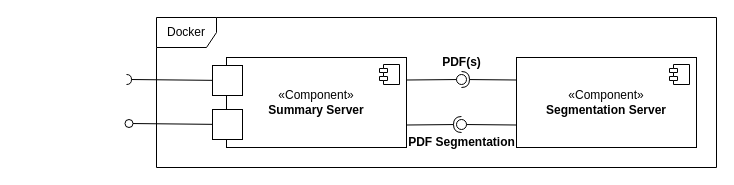
Before: page "Component diagram shroten v2.0" (6 of 6) of documents/thesis/diagram/thesis.drawio in Z3n0n3005/Report-Generation, a draw.io diagram. Source tidied: cells renumbered, new cells numbered last; positions are measured from the earlier drawing's top-left corner, leaving out a move shared by most shapes. Both pictures are drawn from the tidied source at 100%, with x=0, y=0 at pixel (124, 17).
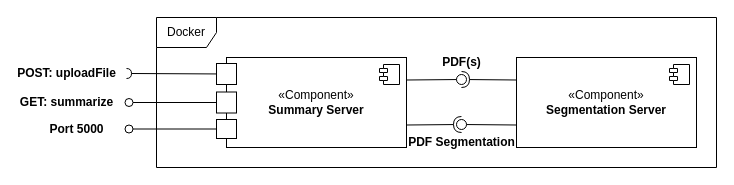
The same diagram, later.

The edit, as a diff of the source:
```diff
@@
     <mxCell id="16" style="html=1;rounded=0;" parent="1" vertex="1">
-      <mxGeometry x="88" y="48" width="30" height="30" as="geometry" />
+      <mxGeometry x="92" y="46" width="20" height="21" as="geometry" />
     </mxCell>
@@
     <mxCell id="18" style="shape=requiredInterface;html=1;fontSize=11;align=center;fillColor=none;points=[];verticalAlign=bottom;labelPosition=center;verticalLabelPosition=top;flipH=1;rotation=-180;" parent="1" vertex="1">
-      <mxGeometry x="2" y="57" width="5" height="10" as="geometry" />
+      <mxGeometry x="2" y="51" width="5" height="10" as="geometry" />
     </mxCell>
     <mxCell id="19" style="html=1;rounded=0;" parent="1" vertex="1">
-      <mxGeometry x="88" y="92" width="30" height="30" as="geometry" />
+      <mxGeometry x="92" y="74.5" width="20" height="21" as="geometry" />
     </mxCell>
@@
     <mxCell id="21" style="ellipse;html=1;fontSize=11;align=center;fillColor=none;points=[];verticalAlign=bottom;labelPosition=center;verticalLabelPosition=top;flipH=1;" parent="1" vertex="1">
-      <mxGeometry x="0.5" y="102" width="8" height="8" as="geometry" />
+      <mxGeometry x="0.5" y="81" width="8" height="8" as="geometry" />
     </mxCell>
+    <mxCell id="22" style="html=1;rounded=0;" parent="1" vertex="1">
+      <mxGeometry x="92" y="102" width="20" height="19" as="geometry" />
+    </mxCell>
+    <mxCell id="23" style="endArrow=none;html=1;rounded=0;align=center;verticalAlign=top;endFill=0;labelBackgroundColor=none;endSize=2;" parent="1" edge="1" source="22" target="24">
+      <mxGeometry relative="1" as="geometry" />
+    </mxCell>
+    <mxCell id="24" style="ellipse;html=1;fontSize=11;align=center;fillColor=none;points=[];verticalAlign=bottom;labelPosition=center;verticalLabelPosition=top;flipH=1;" parent="1" vertex="1">
+      <mxGeometry x="0.5" y="107.5" width="8" height="8" as="geometry" />
+    </mxCell>
+    <mxCell id="25" value="Port 5000" style="text;align=center;fontStyle=1;verticalAlign=middle;spacingLeft=3;spacingRight=3;strokeColor=none;html=1;" parent="1" vertex="1">
+      <mxGeometry x="-88" y="98.5" width="80" height="26" as="geometry" />
+    </mxCell>
+    <mxCell id="26" value="GET: summarize" style="text;align=center;fontStyle=1;verticalAlign=middle;spacingLeft=3;spacingRight=3;strokeColor=none;html=1;" parent="1" vertex="1">
+      <mxGeometry x="-98" y="72" width="80" height="26" as="geometry" />
+    </mxCell>
+    <mxCell id="27" value="POST: uploadFile" style="text;align=center;fontStyle=1;verticalAlign=middle;spacingLeft=3;spacingRight=3;strokeColor=none;html=1;" parent="1" vertex="1">
+      <mxGeometry x="-98" y="43" width="80" height="26" as="geometry" />
+    </mxCell>
```
